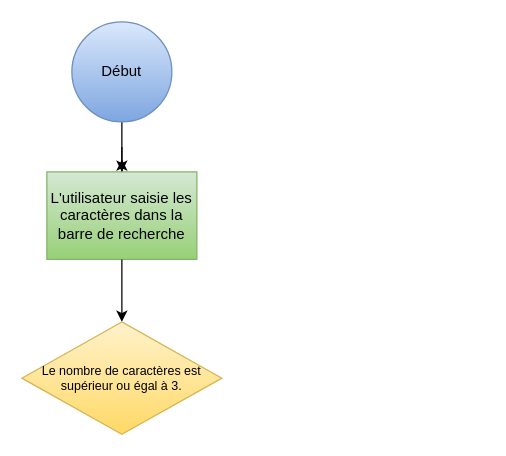
This is Diagramme sans nom.drawio from loulou641964/Les-petits-plats, a draw.io file, before an edit. Source tidied: cells renumbered, new cells numbered last; positions are measured from the earlier drawing's top-left corner, leaving out a move shared by most shapes. Both pictures are drawn from the tidied source at 125%, with x=0, y=0 at pixel (21, 21).
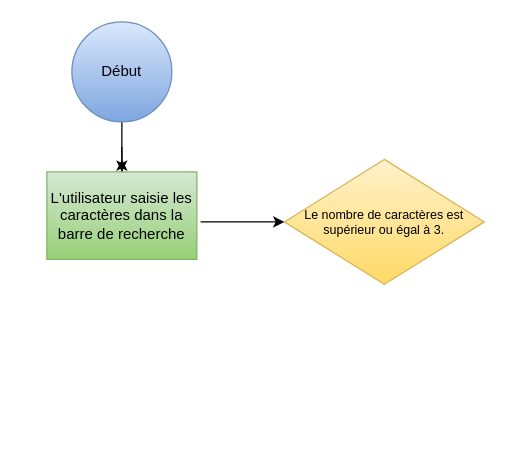
The same diagram, later.

Commit message:
schéma algorigramme.

The edit, as a diff of the source:
```diff
@@
 <mxGraphModel>
   <root>
     <mxCell id="0" />
     <mxCell id="1" parent="0" />
     <mxCell id="2" style="endArrow=classic;html=1;rounded=0;exitX=0.5;exitY=1;exitDx=0;exitDy=0;" parent="1" edge="1" source="5">
       <mxGeometry relative="1" as="geometry">
         <mxPoint x="80" y="130" as="targetPoint" />
         <Array as="points">
           <mxPoint x="80" y="80" />
           <mxPoint x="80" y="100" />
         </Array>
       </mxGeometry>
     </mxCell>
     <mxCell id="3" style="edgeStyle=orthogonalEdgeStyle;rounded=0;jettySize=auto;html=1;exitX=0.5;exitY=0;exitDx=0;exitDy=0;" parent="1" edge="1" source="5">
       <mxGeometry relative="1" as="geometry">
         <mxPoint x="80" y="110" as="targetPoint" />
       </mxGeometry>
     </mxCell>
     <mxCell id="4" style="endArrow=classic;html=1;rounded=0;exitX=0.5;exitY=1;exitDx=0;exitDy=0;" parent="1" edge="1" target="5">
       <mxGeometry relative="1" as="geometry">
         <mxPoint x="80" y="100" as="sourcePoint" />
       </mxGeometry>
     </mxCell>
     <mxCell id="5" value="&lt;div align=&quot;center&quot;&gt;L'utilisateur saisie les caractères dans la barre de recherche&lt;br&gt;&lt;/div&gt;" style="rounded=0;whiteSpace=wrap;html=1;fillColor=#d5e8d4;gradientColor=#97d077;strokeColor=#82b366;" parent="1" vertex="1">
       <mxGeometry x="20" y="120" width="120" height="70" as="geometry" />
     </mxCell>
-    <mxCell id="6" style="endArrow=classic;html=1;rounded=0;exitX=0.5;exitY=1;exitDx=0;exitDy=0;" parent="1" edge="1" source="5">
-      <mxGeometry relative="1" as="geometry">
-        <mxPoint x="80" y="240" as="targetPoint" />
-      </mxGeometry>
-    </mxCell>
+    <mxCell id="8" value="Début" style="ellipse;whiteSpace=wrap;html=1;fillColor=#dae8fc;gradientColor=#7ea6e0;strokeColor=#6c8ebf;" parent="1" vertex="1">
+      <mxGeometry x="40" width="80" height="80" as="geometry" />
+    </mxCell>
     <mxCell id="7" value="Le nombre de caractères est supérieur ou égal à 3." style="rhombus;whiteSpace=wrap;html=1;align=center;fontSize=10;fillColor=#fff2cc;gradientColor=#ffd966;strokeColor=#d6b656;" parent="1" vertex="1">
-      <mxGeometry y="240" width="160" height="90" as="geometry" />
+      <mxGeometry x="210" y="110" width="160" height="100" as="geometry" />
     </mxCell>
-    <mxCell id="8" value="Début" style="ellipse;whiteSpace=wrap;html=1;fillColor=#dae8fc;gradientColor=#7ea6e0;strokeColor=#6c8ebf;" parent="1" vertex="1">
-      <mxGeometry x="40" width="80" height="80" as="geometry" />
-    </mxCell>
+    <mxCell id="9" style="endArrow=classic;html=1;rounded=0;entryX=0;entryY=0.5;entryDx=0;entryDy=0;" parent="1" edge="1" target="7">
+      <mxGeometry relative="1" as="geometry">
+        <mxPoint x="143" y="160" as="sourcePoint" />
+      </mxGeometry>
+    </mxCell>
   </root>
 </mxGraphModel>
```
